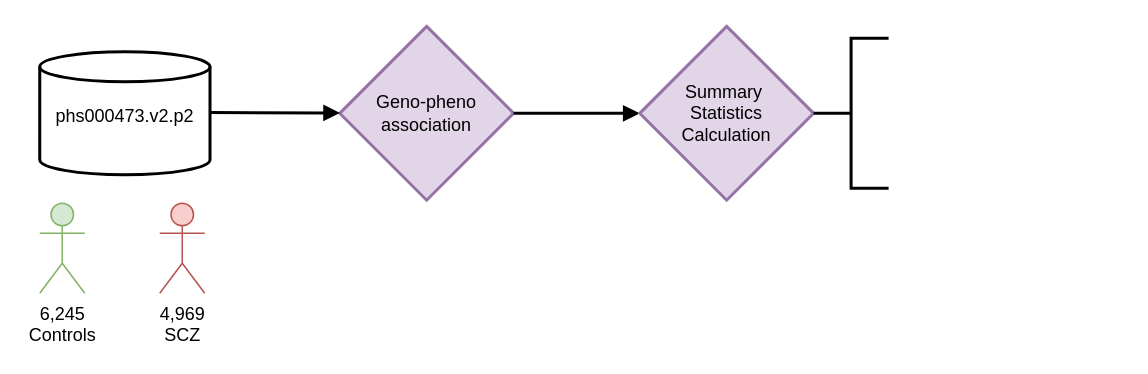
The draw.io diagram Data processing.drawio in maycarlos/artificial_genome_synthesis, before the edit. Source tidied: cells renumbered, new cells numbered last; positions are measured from the earlier drawing's top-left corner, leaving out a move shared by most shapes. Both pictures are drawn from the tidied source at 150%, with x=0, y=0 at pixel (39, 26).
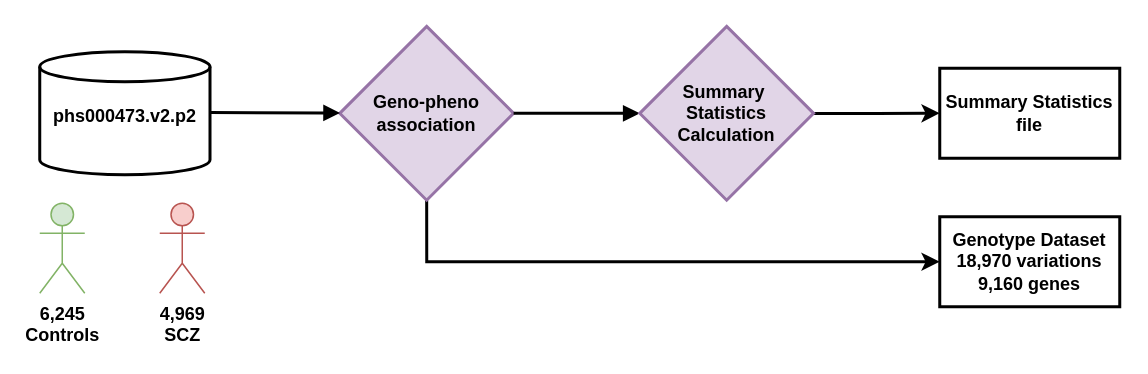
Above is the later version.

What changed in the source:
```diff
@@
 <mxGraphModel>
   <root>
     <mxCell id="0" />
     <mxCell id="1" parent="0" />
-    <mxCell id="2" value="phs000473.v2.p2 &#10;" style="shape=cylinder3;boundedLbl=1;backgroundOutline=1;size=10;strokeWidth=2;whiteSpace=wrap;" parent="1" vertex="1">
+    <mxCell id="2" value="phs000473.v2.p2 &#10;" style="shape=cylinder3;boundedLbl=1;backgroundOutline=1;size=10;strokeWidth=2;whiteSpace=wrap;fontSize=12;fontStyle=1;" parent="1" vertex="1">
       <mxGeometry y="17" width="113.5" height="82" as="geometry" />
     </mxCell>
+    <mxCell id="10" style="edgeStyle=orthogonalEdgeStyle;rounded=0;jettySize=auto;html=1;exitX=0.5;exitY=1;exitDx=0;exitDy=0;entryX=0;entryY=0.5;entryDx=0;entryDy=0;strokeWidth=2;" parent="1" edge="1" source="3" target="13">
+      <mxGeometry relative="1" as="geometry" />
+    </mxCell>
-    <mxCell id="3" value="Geno-pheno&lt;br&gt;association" style="rhombus;strokeWidth=2;whiteSpace=wrap;fillColor=#e1d5e7;strokeColor=#9673a6;html=1;rounded=0;shadow=0;fillStyle=auto;" parent="1" vertex="1">
+    <mxCell id="3" value="Geno-pheno&lt;br&gt;association" style="rhombus;strokeWidth=2;whiteSpace=wrap;fillColor=#e1d5e7;strokeColor=#9673a6;html=1;rounded=0;shadow=0;fillStyle=auto;fontStyle=1;" parent="1" vertex="1">
       <mxGeometry x="200" y="0.1" width="115.9" height="115.9" as="geometry" />
     </mxCell>
     <mxCell id="4" style="curved=1;startArrow=none;endArrow=block;exitX=1;exitY=0.4944872342623197;strokeWidth=2;" parent="1" edge="1" target="3">
       <mxGeometry relative="1" as="geometry">
         <mxPoint x="113.5" y="57.5" as="sourcePoint" />
       </mxGeometry>
     </mxCell>
     <mxCell id="5" style="curved=1;startArrow=none;endArrow=block;entryX=0;entryY=0.5;entryDx=0;entryDy=0;exitX=1;exitY=0.5;exitDx=0;exitDy=0;strokeWidth=2;" parent="1" edge="1" source="3" target="6">
       <mxGeometry relative="1" as="geometry" />
     </mxCell>
+    <mxCell id="11" style="edgeStyle=orthogonalEdgeStyle;rounded=0;jettySize=auto;html=1;strokeWidth=2;" parent="1" edge="1" source="6" target="12">
+      <mxGeometry relative="1" as="geometry" />
+    </mxCell>
-    <mxCell id="6" value="&lt;div&gt;Summary&amp;nbsp;&lt;/div&gt;&lt;div&gt;Statistics &lt;br&gt;&lt;/div&gt;&lt;div&gt;Calculation&lt;br&gt;&lt;/div&gt;" style="rhombus;strokeWidth=2;whiteSpace=wrap;fillColor=#e1d5e7;strokeColor=#9673a6;html=1;rounded=0;shadow=0;fillStyle=auto;" parent="1" vertex="1">
+    <mxCell id="6" value="&lt;div&gt;Summary&amp;nbsp;&lt;/div&gt;&lt;div&gt;Statistics &lt;br&gt;&lt;/div&gt;&lt;div&gt;Calculation&lt;br&gt;&lt;/div&gt;" style="rhombus;strokeWidth=2;whiteSpace=wrap;fillColor=#e1d5e7;strokeColor=#9673a6;html=1;rounded=0;shadow=0;fillStyle=auto;fontStyle=1;" parent="1" vertex="1">
       <mxGeometry x="400" y="0.1" width="115.9" height="115.9" as="geometry" />
     </mxCell>
-    <mxCell id="7" value="&lt;div&gt;6,245&lt;/div&gt;&lt;div&gt;Controls&lt;/div&gt;" style="shape=umlActor;verticalLabelPosition=bottom;verticalAlign=top;html=1;fillColor=#d5e8d4;strokeColor=#82b366;" parent="1" vertex="1">
+    <mxCell id="7" value="&lt;div&gt;6,245&lt;/div&gt;&lt;div&gt;Controls&lt;/div&gt;" style="shape=umlActor;verticalLabelPosition=bottom;verticalAlign=top;html=1;fillColor=#d5e8d4;strokeColor=#82b366;fontStyle=1;" parent="1" vertex="1">
       <mxGeometry y="118" width="30" height="60" as="geometry" />
     </mxCell>
-    <mxCell id="8" value="&lt;div&gt;4,969&lt;br&gt;&lt;/div&gt;&lt;div&gt;SCZ&lt;br&gt;&lt;/div&gt;" style="shape=umlActor;verticalLabelPosition=bottom;verticalAlign=top;html=1;fillColor=#f8cecc;strokeColor=#b85450;" parent="1" vertex="1">
+    <mxCell id="8" value="&lt;div&gt;4,969&lt;br&gt;&lt;/div&gt;&lt;div&gt;SCZ&lt;br&gt;&lt;/div&gt;" style="shape=umlActor;verticalLabelPosition=bottom;verticalAlign=top;html=1;fillColor=#f8cecc;strokeColor=#b85450;fontStyle=1;" parent="1" vertex="1">
       <mxGeometry x="80" y="118" width="30" height="60" as="geometry" />
     </mxCell>
-    <mxCell id="9" style="strokeWidth=2;html=1;shape=mxgraph.flowchart.annotation_2;align=left;labelPosition=right;" parent="1" vertex="1">
-      <mxGeometry x="515.9" y="8" width="50" height="100" as="geometry" />
-    </mxCell>
+    <mxCell id="12" value="&lt;div&gt;Summary Statistics&lt;/div&gt;&lt;div&gt;file&lt;br&gt;&lt;/div&gt;" style="rounded=0;whiteSpace=wrap;html=1;strokeWidth=2;fontStyle=1;" parent="1" vertex="1">
+      <mxGeometry x="600" y="28" width="120" height="60" as="geometry" />
+    </mxCell>
+    <mxCell id="13" value="&lt;div&gt;Genotype Dataset&lt;/div&gt;&lt;div&gt;18,970 variations&lt;/div&gt;&lt;div&gt;9,160 genes&lt;br&gt;&lt;/div&gt;" style="rounded=0;whiteSpace=wrap;html=1;strokeWidth=2;shadow=0;fillStyle=auto;fontStyle=1;" parent="1" vertex="1">
+      <mxGeometry x="600" y="127" width="120" height="60" as="geometry" />
+    </mxCell>
   </root>
 </mxGraphModel>
```
